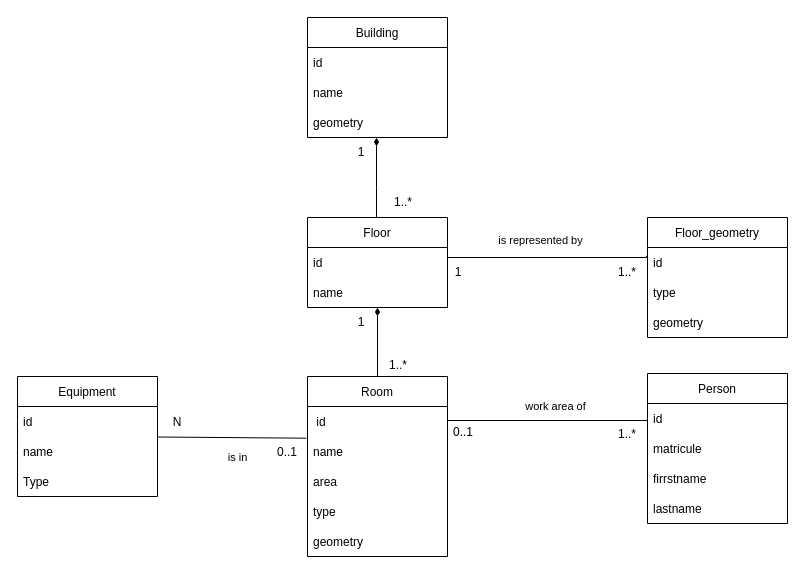
The draw.io diagram 01_doc/ressource/DB_model.drawio in heig-vd-tin/plan-heigvd, before the edit. Source tidied: cells renumbered, new cells numbered last; positions are measured from the earlier drawing's top-left corner, leaving out a move shared by most shapes. Both pictures are drawn from the tidied source at 100%, with x=0, y=0 at pixel (17, 17).
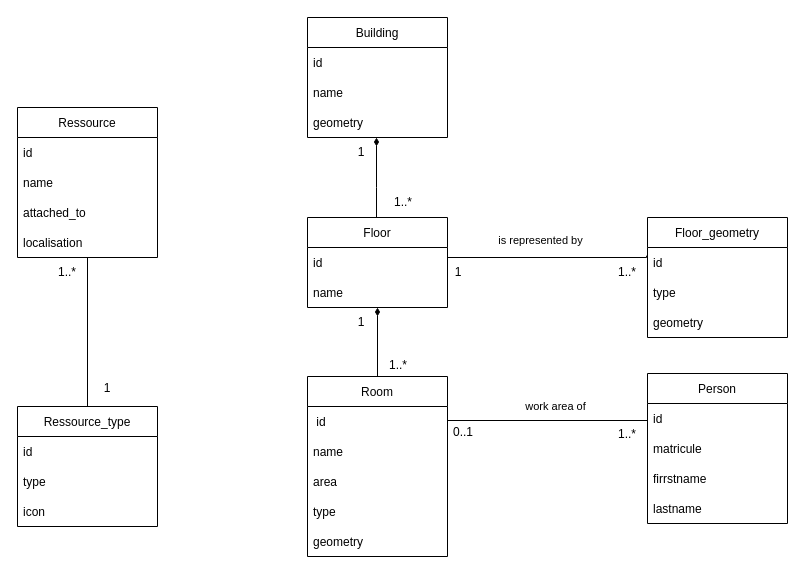
Above is the later version.

Change to the diagram source:
```diff
@@
-    <mxCell id="26" value="is in" style="rounded=0;orthogonalLoop=1;jettySize=auto;html=1;startArrow=none;startFill=0;endArrow=none;endFill=0;entryX=-0.008;entryY=0.056;entryDx=0;entryDy=0;entryPerimeter=0;" parent="1" edge="1">
-      <mxGeometry x="0.08" y="-20" relative="1" as="geometry">
-        <mxPoint x="140" y="419.5" as="sourcePoint" />
-        <mxPoint x="288.9" y="420.7" as="targetPoint" />
-      </mxGeometry>
-    </mxCell>
+    <mxCell id="44" style="edgeStyle=orthogonalEdgeStyle;rounded=0;jettySize=auto;html=1;endArrow=none;endFill=0;" parent="1" edge="1" source="27" target="46">
+      <mxGeometry relative="1" as="geometry" />
+    </mxCell>
-    <mxCell id="27" value="Equipment" style="swimlane;fontStyle=0;horizontal=1;startSize=30;" parent="1" vertex="1">
-      <mxGeometry y="359" width="140" height="120" as="geometry" />
+    <mxCell id="27" value="Ressource" style="swimlane;fontStyle=0;horizontal=1;startSize=30;" parent="1" vertex="1">
+      <mxGeometry y="90" width="140" height="150" as="geometry" />
     </mxCell>
@@
-    <mxCell id="30" value="Type    " style="text;strokeColor=none;fillColor=none;align=left;verticalAlign=middle;spacingLeft=4;spacingRight=4;overflow=hidden;" parent="27" vertex="1">
+    <mxCell id="30" value="attached_to" style="text;strokeColor=none;fillColor=none;align=left;verticalAlign=middle;spacingLeft=4;spacingRight=4;overflow=hidden;" parent="27" vertex="1">
       <mxGeometry y="90" width="140" height="30" as="geometry" />
     </mxCell>
+    <mxCell id="45" value="localisation" style="text;strokeColor=none;fillColor=none;align=left;verticalAlign=middle;spacingLeft=4;spacingRight=4;overflow=hidden;" parent="27" vertex="1">
+      <mxGeometry y="120" width="140" height="30" as="geometry" />
+    </mxCell>
@@
-    <mxCell id="39" value="0..1" style="text;html=1;strokeColor=none;fillColor=none;align=center;verticalAlign=middle;whiteSpace=wrap;rounded=0;" parent="1" vertex="1">
-      <mxGeometry x="240" y="420" width="60" height="30" as="geometry" />
-    </mxCell>
-    <mxCell id="40" value="N" style="text;html=1;strokeColor=none;fillColor=none;align=center;verticalAlign=middle;whiteSpace=wrap;rounded=0;" parent="1" vertex="1">
-      <mxGeometry x="130" y="390" width="60" height="30" as="geometry" />
-    </mxCell>
@@
+    <mxCell id="46" value="Ressource_type" style="swimlane;fontStyle=0;horizontal=1;startSize=30;" parent="1" vertex="1">
+      <mxGeometry y="389" width="140" height="120" as="geometry" />
+    </mxCell>
+    <mxCell id="47" value="id" style="text;strokeColor=none;fillColor=none;align=left;verticalAlign=middle;spacingLeft=4;spacingRight=4;overflow=hidden;" parent="46" vertex="1">
+      <mxGeometry y="30" width="140" height="30" as="geometry" />
+    </mxCell>
+    <mxCell id="48" value="type" style="text;strokeColor=none;fillColor=none;align=left;verticalAlign=middle;spacingLeft=4;spacingRight=4;overflow=hidden;" parent="46" vertex="1">
+      <mxGeometry y="60" width="140" height="30" as="geometry" />
+    </mxCell>
+    <mxCell id="49" value="icon" style="text;strokeColor=none;fillColor=none;align=left;verticalAlign=middle;spacingLeft=4;spacingRight=4;overflow=hidden;" parent="46" vertex="1">
+      <mxGeometry y="90" width="140" height="30" as="geometry" />
+    </mxCell>
+    <mxCell id="50" value="1" style="text;html=1;strokeColor=none;fillColor=none;align=center;verticalAlign=middle;whiteSpace=wrap;rounded=0;" parent="1" vertex="1">
+      <mxGeometry x="60" y="356" width="60" height="30" as="geometry" />
+    </mxCell>
+    <mxCell id="51" value="1..*" style="text;html=1;strokeColor=none;fillColor=none;align=center;verticalAlign=middle;whiteSpace=wrap;rounded=0;" parent="1" vertex="1">
+      <mxGeometry x="20" y="240" width="60" height="30" as="geometry" />
+    </mxCell>
```
